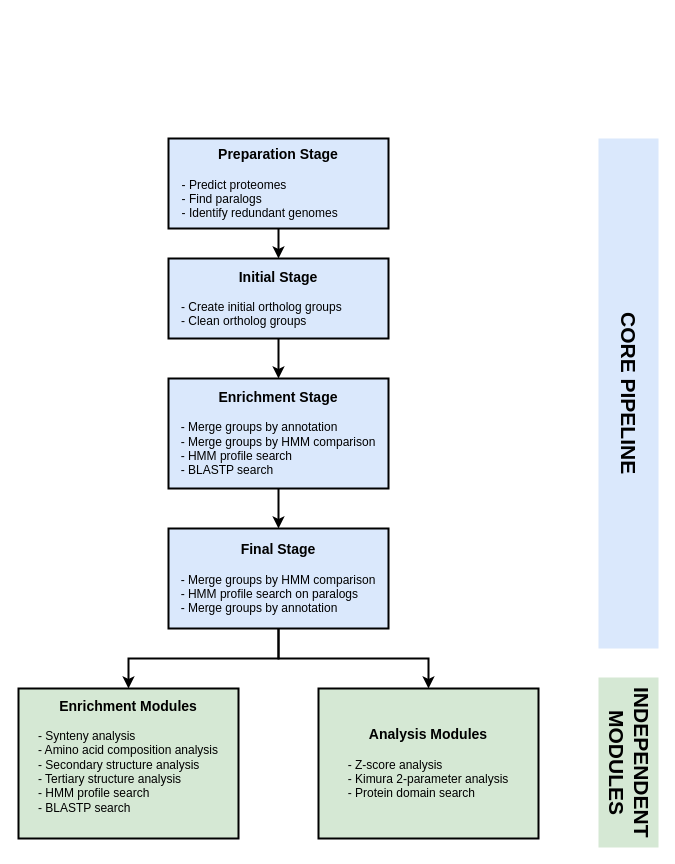
Before: docs/workflow.drawio in viralorthology/viral-orthology, a draw.io diagram. Source tidied: cells renumbered, new cells numbered last; positions are measured from the earlier drawing's top-left corner, leaving out a move shared by most shapes. Both pictures are drawn from the tidied source at 100%, with x=0, y=0 at pixel (18, 138).
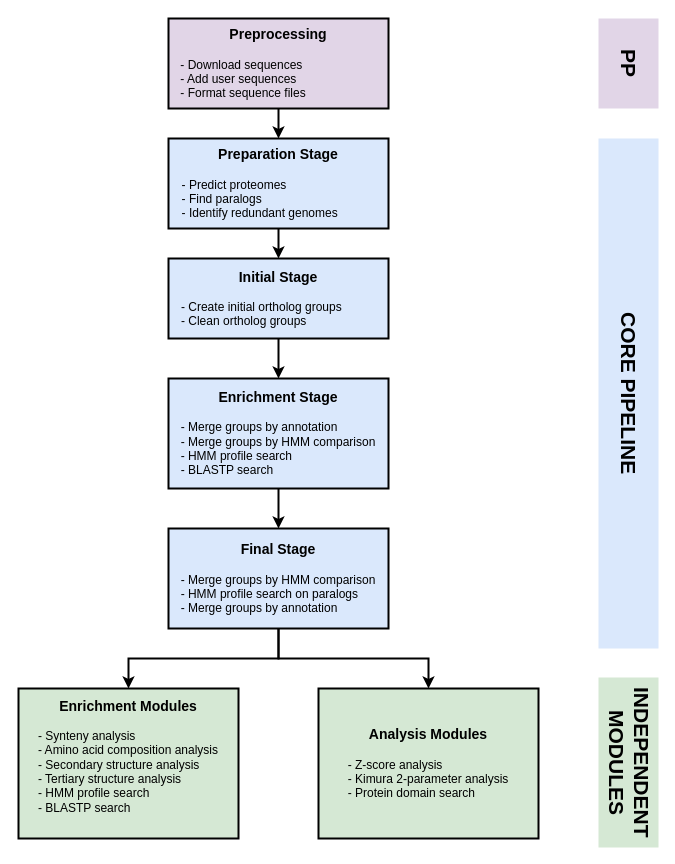
The same page after the edit.

Commit message:
docs: update workflow diagram

Diff of the diagram source:
```diff
@@
 <mxGraphModel>
   <root>
     <mxCell id="0" />
     <mxCell id="1" parent="0" />
     <mxCell id="2" style="edgeStyle=orthogonalEdgeStyle;rounded=0;jettySize=auto;html=1;exitX=0.5;exitY=1;exitDx=0;exitDy=0;entryX=0.5;entryY=0;entryDx=0;entryDy=0;strokeWidth=2;strokeColor=#000000;fillColor=#1ba1e2;" parent="1" edge="1" source="3" target="5">
       <mxGeometry relative="1" as="geometry" />
     </mxCell>
     <mxCell id="3" value="&lt;div&gt;&lt;b&gt;&lt;font style=&quot;font-size: 14px;&quot;&gt;Preparation Stage&lt;/font&gt;&lt;/b&gt;&lt;/div&gt;&lt;div&gt;&lt;br&gt;&lt;/div&gt;&lt;div style=&quot;text-align: left;&quot;&gt;- Predict proteomes&lt;/div&gt;&lt;div style=&quot;text-align: left;&quot;&gt;- Find paralogs&lt;/div&gt;&lt;div style=&quot;text-align: left;&quot;&gt;- Identify redundant genomes&amp;nbsp; &amp;nbsp; &amp;nbsp; &amp;nbsp; &amp;nbsp; &amp;nbsp;&lt;/div&gt;" style="rounded=0;whiteSpace=wrap;html=1;fillColor=#dae8fc;strokeColor=#000000;strokeWidth=2;" parent="1" vertex="1">
       <mxGeometry x="150" width="220" height="90" as="geometry" />
     </mxCell>
     <mxCell id="4" style="edgeStyle=orthogonalEdgeStyle;rounded=0;jettySize=auto;html=1;exitX=0.5;exitY=1;exitDx=0;exitDy=0;entryX=0.5;entryY=0;entryDx=0;entryDy=0;strokeWidth=2;strokeColor=#000000;fillColor=#1ba1e2;" parent="1" edge="1" source="5" target="7">
       <mxGeometry relative="1" as="geometry" />
     </mxCell>
     <mxCell id="5" value="&lt;div&gt;&lt;b&gt;&lt;font style=&quot;font-size: 14px;&quot;&gt;Initial Stage&lt;/font&gt;&lt;/b&gt;&lt;/div&gt;&lt;div style=&quot;text-align: left;&quot;&gt;&lt;br&gt;&lt;/div&gt;&lt;div style=&quot;text-align: left;&quot;&gt;- Create initial ortholog groups&amp;nbsp; &amp;nbsp; &amp;nbsp; &amp;nbsp; &amp;nbsp;&amp;nbsp;&lt;/div&gt;&lt;div style=&quot;text-align: left;&quot;&gt;- Clean ortholog groups&lt;/div&gt;" style="rounded=0;whiteSpace=wrap;html=1;fillColor=#dae8fc;strokeColor=#000000;strokeWidth=2;" parent="1" vertex="1">
       <mxGeometry x="150" y="120" width="220" height="80" as="geometry" />
     </mxCell>
     <mxCell id="6" style="edgeStyle=orthogonalEdgeStyle;rounded=0;jettySize=auto;html=1;exitX=0.5;exitY=1;exitDx=0;exitDy=0;entryX=0.5;entryY=0;entryDx=0;entryDy=0;strokeWidth=2;strokeColor=#000000;fillColor=#1ba1e2;" parent="1" edge="1" source="7" target="10">
       <mxGeometry relative="1" as="geometry" />
     </mxCell>
     <mxCell id="7" value="&lt;div&gt;&lt;b&gt;&lt;font style=&quot;font-size: 14px;&quot;&gt;Enrichment Stage&lt;/font&gt;&lt;/b&gt;&lt;/div&gt;&lt;div style=&quot;text-align: left;&quot;&gt;&lt;br&gt;&lt;/div&gt;&lt;div style=&quot;text-align: left;&quot;&gt;- Merge groups by annotation&lt;/div&gt;&lt;div style=&quot;text-align: left;&quot;&gt;- Merge groups by HMM comparison&lt;/div&gt;&lt;div style=&quot;text-align: left;&quot;&gt;- HMM profile search&lt;/div&gt;&lt;div style=&quot;text-align: left;&quot;&gt;- BLASTP search&lt;/div&gt;" style="rounded=0;whiteSpace=wrap;html=1;fillColor=#dae8fc;strokeColor=#000000;strokeWidth=2;" parent="1" vertex="1">
       <mxGeometry x="150" y="240" width="220" height="110" as="geometry" />
     </mxCell>
     <mxCell id="8" style="edgeStyle=orthogonalEdgeStyle;rounded=0;jettySize=auto;html=1;exitX=0.5;exitY=1;exitDx=0;exitDy=0;entryX=0.5;entryY=0;entryDx=0;entryDy=0;strokeWidth=2;strokeColor=#000000;" parent="1" edge="1" source="10" target="11">
       <mxGeometry relative="1" as="geometry" />
     </mxCell>
     <mxCell id="9" style="edgeStyle=orthogonalEdgeStyle;rounded=0;jettySize=auto;html=1;exitX=0.5;exitY=1;exitDx=0;exitDy=0;strokeWidth=2;strokeColor=#000000;" parent="1" edge="1" source="10" target="12">
       <mxGeometry relative="1" as="geometry" />
     </mxCell>
     <mxCell id="10" value="&lt;div&gt;&lt;b&gt;&lt;font style=&quot;font-size: 14px;&quot;&gt;Final Stage&lt;/font&gt;&lt;/b&gt;&lt;/div&gt;&lt;div style=&quot;text-align: left;&quot;&gt;&lt;br&gt;&lt;/div&gt;&lt;div style=&quot;text-align: left;&quot;&gt;- Merge groups by HMM comparison&lt;/div&gt;&lt;div style=&quot;text-align: left;&quot;&gt;- HMM profile search on paralogs&lt;/div&gt;&lt;div style=&quot;text-align: left;&quot;&gt;- Merge groups by annotation&lt;/div&gt;" style="rounded=0;whiteSpace=wrap;html=1;fillColor=#dae8fc;strokeColor=#000000;strokeWidth=2;fillStyle=solid;" parent="1" vertex="1">
       <mxGeometry x="150" y="390" width="220" height="100" as="geometry" />
     </mxCell>
     <mxCell id="11" value="&lt;div&gt;&lt;b&gt;&lt;font style=&quot;font-size: 14px;&quot;&gt;Enrichment Modules&lt;/font&gt;&lt;/b&gt;&lt;/div&gt;&lt;div style=&quot;text-align: left;&quot;&gt;&lt;br&gt;&lt;/div&gt;&lt;div style=&quot;text-align: left;&quot;&gt;- Synteny analysis&lt;/div&gt;&lt;div style=&quot;text-align: left;&quot;&gt;- Amino acid composition analysis&lt;/div&gt;&lt;div style=&quot;text-align: left;&quot;&gt;- Secondary structure analysis&lt;/div&gt;&lt;div style=&quot;text-align: left;&quot;&gt;- Tertiary structure analysis&lt;/div&gt;&lt;div style=&quot;text-align: left;&quot;&gt;- HMM profile search&lt;/div&gt;&lt;div style=&quot;text-align: left;&quot;&gt;- BLASTP search&lt;/div&gt;&lt;div style=&quot;text-align: left;&quot;&gt;&lt;br&gt;&lt;/div&gt;" style="rounded=0;whiteSpace=wrap;html=1;fillColor=#d5e8d4;strokeColor=#000000;strokeWidth=2;fillStyle=solid;" parent="1" vertex="1">
       <mxGeometry y="550" width="220" height="150" as="geometry" />
     </mxCell>
     <mxCell id="12" value="&lt;div&gt;&lt;b&gt;&lt;font style=&quot;font-size: 14px;&quot;&gt;Analysis Modules&lt;/font&gt;&lt;/b&gt;&lt;/div&gt;&lt;div style=&quot;text-align: left;&quot;&gt;&lt;br&gt;&lt;/div&gt;&lt;div style=&quot;text-align: left;&quot;&gt;- Z-score analysis&lt;/div&gt;&lt;div style=&quot;text-align: left;&quot;&gt;- Kimura 2-parameter analysis&lt;/div&gt;&lt;div style=&quot;text-align: left;&quot;&gt;- Protein domain search&lt;/div&gt;" style="rounded=0;whiteSpace=wrap;html=1;fillColor=#d5e8d4;strokeColor=#000000;strokeWidth=2;fillStyle=solid;" parent="1" vertex="1">
       <mxGeometry x="300" y="550" width="220" height="150" as="geometry" />
     </mxCell>
     <mxCell id="13" value="&lt;b&gt;&lt;font style=&quot;font-size: 21px;&quot;&gt;CORE PIPELINE&lt;/font&gt;&lt;/b&gt;" style="text;html=1;whiteSpace=wrap;strokeColor=none;fillColor=#dae8fc;align=center;verticalAlign=middle;rounded=0;textDirection=vertical-lr;fillStyle=solid;" parent="1" vertex="1">
       <mxGeometry x="580" width="60" height="510" as="geometry" />
     </mxCell>
     <mxCell id="14" value="&lt;font style=&quot;font-size: 21px;&quot;&gt;INDEPENDENT MODULES&lt;/font&gt;" style="text;html=1;whiteSpace=wrap;strokeColor=none;fillColor=#d5e8d4;align=center;verticalAlign=middle;rounded=0;textDirection=vertical-rl;fontStyle=1;fillStyle=solid;" parent="1" vertex="1">
       <mxGeometry x="580" y="539" width="60" height="170" as="geometry" />
     </mxCell>
+    <mxCell id="15" style="edgeStyle=orthogonalEdgeStyle;rounded=0;jettySize=auto;html=1;exitX=0.5;exitY=1;exitDx=0;exitDy=0;entryX=0.5;entryY=0;entryDx=0;entryDy=0;strokeWidth=2;" parent="1" edge="1" source="16" target="3">
+      <mxGeometry relative="1" as="geometry" />
+    </mxCell>
+    <mxCell id="16" value="&lt;div&gt;&lt;span style=&quot;font-size: 14px;&quot;&gt;&lt;b&gt;Preprocessing&lt;/b&gt;&lt;/span&gt;&lt;/div&gt;&lt;div&gt;&lt;br&gt;&lt;/div&gt;&lt;div style=&quot;text-align: left;&quot;&gt;- Download sequences&lt;/div&gt;&lt;div style=&quot;text-align: left;&quot;&gt;- Add user sequences&lt;/div&gt;&lt;div style=&quot;text-align: left;&quot;&gt;- Format sequence files&amp;nbsp; &amp;nbsp; &amp;nbsp; &amp;nbsp; &amp;nbsp; &amp;nbsp; &amp;nbsp; &amp;nbsp; &amp;nbsp; &amp;nbsp; &amp;nbsp;&lt;/div&gt;" style="rounded=0;whiteSpace=wrap;html=1;fillColor=#e1d5e7;strokeColor=#000000;strokeWidth=2;" parent="1" vertex="1">
+      <mxGeometry x="150" y="-120" width="220" height="90" as="geometry" />
+    </mxCell>
+    <mxCell id="17" value="&lt;span style=&quot;font-size: 21px;&quot;&gt;&lt;b&gt;PP&lt;/b&gt;&lt;/span&gt;" style="text;html=1;whiteSpace=wrap;strokeColor=none;fillColor=#e1d5e7;align=center;verticalAlign=middle;rounded=0;textDirection=vertical-lr;fillStyle=solid;" parent="1" vertex="1">
+      <mxGeometry x="580" y="-120" width="60" height="90" as="geometry" />
+    </mxCell>
   </root>
 </mxGraphModel>
```
